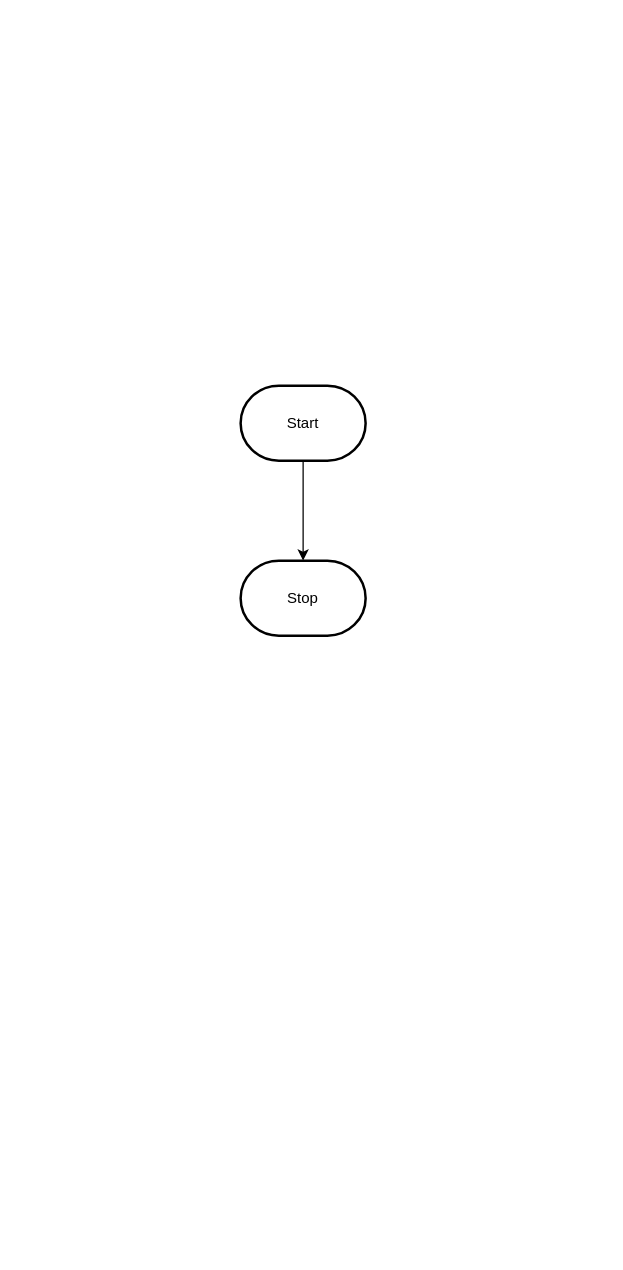
This is design/flowchart.drawio from MTHS-ICS2O-2-2022/ICS2O-Unit-6-03-alyssia-fung, a draw.io file, before an edit. Source tidied: cells renumbered, new cells numbered last; positions are measured from the earlier drawing's top-left corner, leaving out a move shared by most shapes. Both pictures are drawn from the tidied source at 125%, with x=0, y=0 at pixel (240, 385).
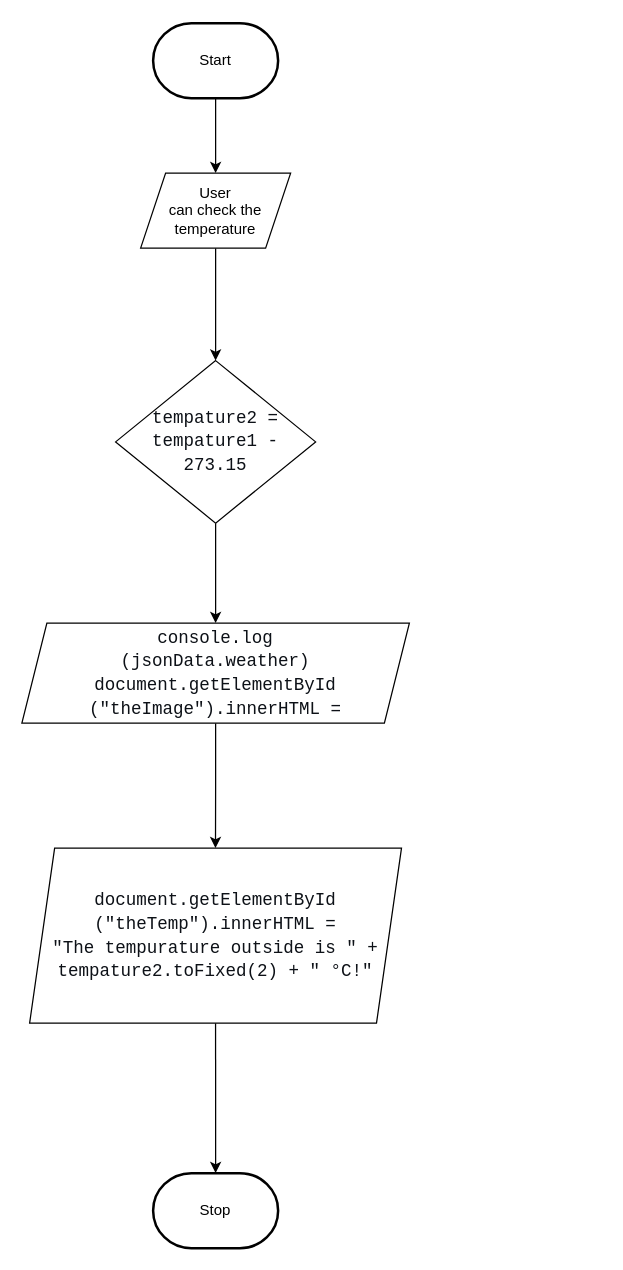
The same page after the edit.

What changed in the source:
```diff
@@
 <mxGraphModel>
   <root>
     <mxCell id="0" />
     <mxCell id="1" parent="0" />
-    <mxCell id="2" style="edgeStyle=orthogonalEdgeStyle;html=1;rounded=0;" parent="1" edge="1" source="3" target="4">
+    <mxCell id="2" style="edgeStyle=none;html=1;" parent="1" edge="1" source="3" target="6">
       <mxGeometry relative="1" as="geometry" />
     </mxCell>
     <mxCell id="3" value="Start" style="strokeWidth=2;html=1;shape=mxgraph.flowchart.terminator;whiteSpace=wrap;" parent="1" vertex="1">
-      <mxGeometry width="100" height="60" as="geometry" />
+      <mxGeometry x="-70" y="-290" width="100" height="60" as="geometry" />
     </mxCell>
     <mxCell id="4" value="Stop" style="strokeWidth=2;html=1;shape=mxgraph.flowchart.terminator;whiteSpace=wrap;" parent="1" vertex="1">
-      <mxGeometry y="140" width="100" height="60" as="geometry" />
+      <mxGeometry x="-70" y="630" width="100" height="60" as="geometry" />
     </mxCell>
+    <mxCell id="5" style="edgeStyle=orthogonalEdgeStyle;rounded=0;html=1;entryX=0.5;entryY=0;entryDx=0;entryDy=0;" parent="1" edge="1" source="6" target="8">
+      <mxGeometry relative="1" as="geometry" />
+    </mxCell>
+    <mxCell id="6" value="User &lt;br&gt;can check the temperature" style="shape=parallelogram;perimeter=parallelogramPerimeter;whiteSpace=wrap;html=1;fixedSize=1;" parent="1" vertex="1">
+      <mxGeometry x="-80" y="-170" width="120" height="60" as="geometry" />
+    </mxCell>
+    <mxCell id="7" style="edgeStyle=none;html=1;entryX=0.5;entryY=0;entryDx=0;entryDy=0;fontColor=#E6EDF3;" parent="1" edge="1" source="8" target="10">
+      <mxGeometry relative="1" as="geometry" />
+    </mxCell>
+    <mxCell id="8" value="&lt;div style=&quot;font-family: Consolas, &amp;quot;Courier New&amp;quot;, monospace; font-size: 14px; line-height: 19px;&quot;&gt;&lt;font color=&quot;#0d1117&quot;&gt;tempature2 = tempature1 - 273.15&lt;/font&gt;&lt;/div&gt;" style="rhombus;whiteSpace=wrap;html=1;" parent="1" vertex="1">
+      <mxGeometry x="-100" y="-20" width="160" height="130" as="geometry" />
+    </mxCell>
+    <mxCell id="9" style="edgeStyle=orthogonalEdgeStyle;html=1;fontColor=#E6EDF3;rounded=0;" parent="1" edge="1" source="10" target="13">
+      <mxGeometry relative="1" as="geometry" />
+    </mxCell>
+    <mxCell id="10" value="&lt;div style=&quot;font-family: Consolas, &amp;quot;Courier New&amp;quot;, monospace; font-size: 14px; line-height: 19px;&quot;&gt;&lt;div style=&quot;&quot;&gt;&lt;font color=&quot;#0d1117&quot;&gt;console.log&lt;/font&gt;&lt;/div&gt;&lt;div style=&quot;&quot;&gt;&lt;font color=&quot;#0d1117&quot;&gt;(jsonData.weather)&lt;/font&gt;&lt;/div&gt;&lt;div style=&quot;&quot;&gt;    &lt;font color=&quot;#0d1117&quot;&gt;document.getElementById&lt;/font&gt;&lt;/div&gt;&lt;div style=&quot;&quot;&gt;&lt;font color=&quot;#0d1117&quot;&gt;(&quot;theImage&quot;).innerHTML =&lt;/font&gt;&lt;/div&gt;&lt;/div&gt;" style="shape=parallelogram;perimeter=parallelogramPerimeter;whiteSpace=wrap;html=1;fixedSize=1;" parent="1" vertex="1">
+      <mxGeometry x="-175" y="190" width="310" height="80" as="geometry" />
+    </mxCell>
+    <mxCell id="11" style="edgeStyle=orthogonalEdgeStyle;html=1;entryX=1;entryY=0.5;entryDx=0;entryDy=0;entryPerimeter=0;strokeColor=none;rounded=0;" parent="1" edge="1" source="13" target="4">
+      <mxGeometry relative="1" as="geometry">
+        <Array as="points">
+          <mxPoint x="280" y="340" />
+        </Array>
+      </mxGeometry>
+    </mxCell>
+    <mxCell id="12" style="edgeStyle=none;html=1;entryX=0.5;entryY=0;entryDx=0;entryDy=0;entryPerimeter=0;fontColor=#E6EDF3;" parent="1" edge="1" source="13" target="4">
+      <mxGeometry relative="1" as="geometry" />
+    </mxCell>
+    <mxCell id="13" value="&lt;div style=&quot;font-family: Consolas, &amp;quot;Courier New&amp;quot;, monospace; font-size: 14px; line-height: 19px;&quot;&gt;&lt;div style=&quot;&quot;&gt; &lt;font color=&quot;#0d1117&quot;&gt;document.getElementById&lt;/font&gt;&lt;/div&gt;&lt;div style=&quot;&quot;&gt;&lt;font color=&quot;#0d1117&quot;&gt;(&quot;theTemp&quot;).innerHTML =&lt;/font&gt;&lt;/div&gt;&lt;div style=&quot;&quot;&gt;      &lt;font color=&quot;#0d1117&quot;&gt;&quot;The tempurature outside is &quot; + tempature2.toFixed(2) + &quot; °C!&quot;&lt;/font&gt;&lt;/div&gt;&lt;/div&gt;" style="shape=parallelogram;perimeter=parallelogramPerimeter;whiteSpace=wrap;html=1;fixedSize=1;" parent="1" vertex="1">
+      <mxGeometry x="-168.8" y="370" width="297.5" height="140" as="geometry" />
+    </mxCell>
   </root>
 </mxGraphModel>
```
